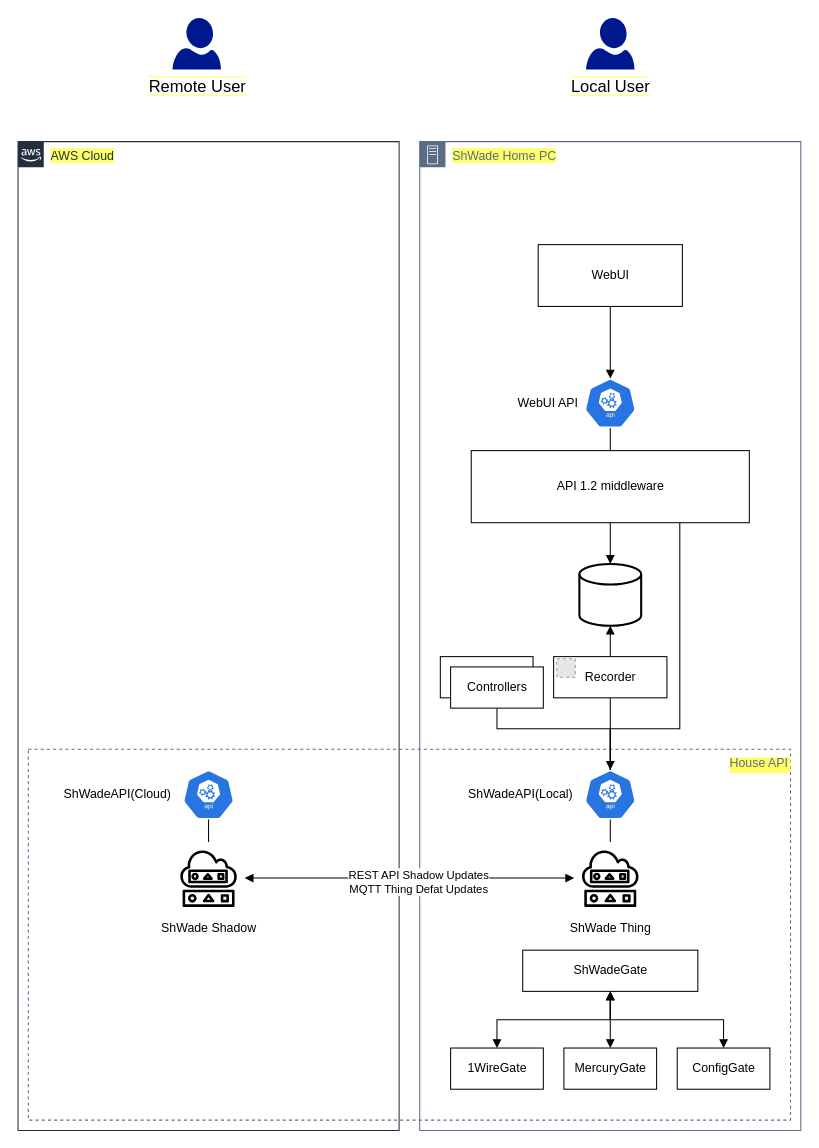
Above: page "Page-2" (2 of 2) of doc/Untitled Diagram.drawio in Shden/Shden (draw.io), before the change. Source tidied: cells renumbered, new cells numbered last; positions are measured from the earlier drawing's top-left corner, leaving out a move shared by most shapes. Both pictures are drawn from the tidied source at 103%, with x=0, y=0 at pixel (18, 18). Pictures stored in the file or linked from it are replaced by grey dashed boxes.
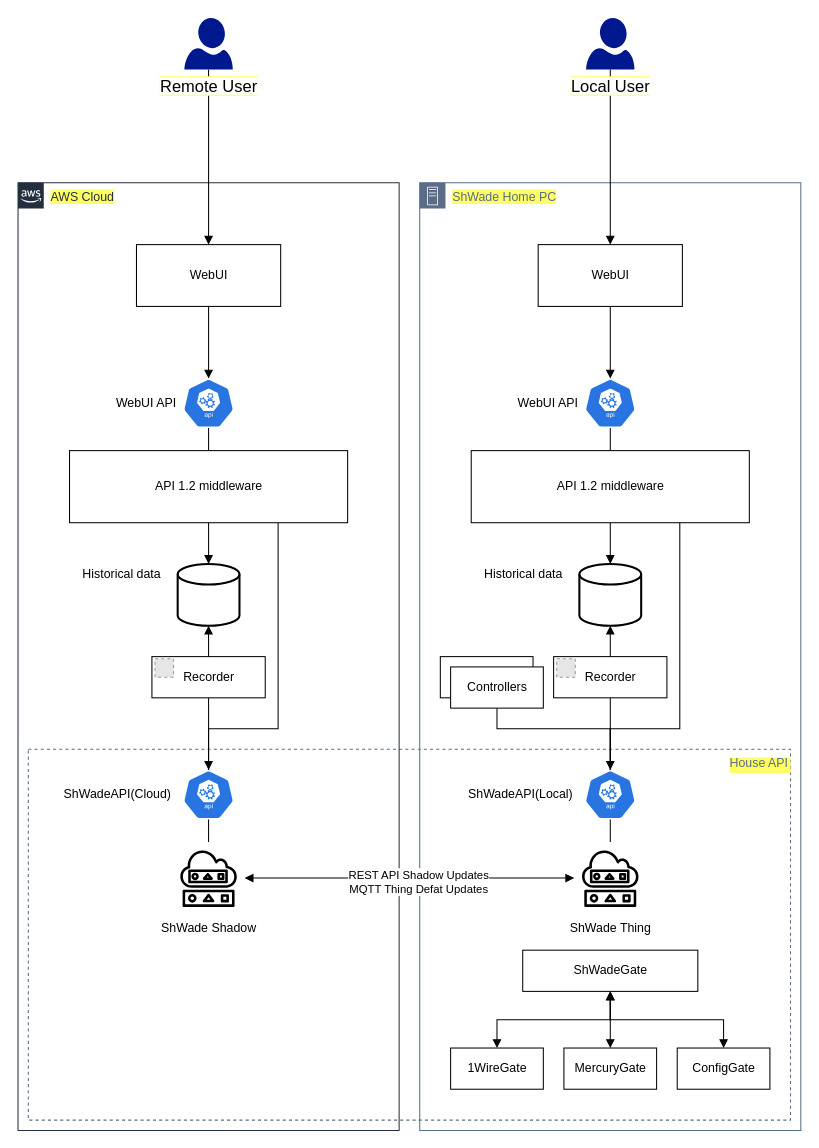
The same diagram, later.

Commit message:
architecture vision as of now

Unchanged cells that the change refers to:
```xml
<mxCell id="37" value="WebUI" style="html=1;align=center;" parent="1" vertex="1">
  <mxGeometry x="505" y="220" width="140" height="60" as="geometry" />
</mxCell>
<mxCell id="38" value="&lt;span style=&quot;background-color: rgb(255 , 255 , 255)&quot;&gt;Local User&lt;/span&gt;" style="shadow=0;dashed=0;html=1;strokeColor=none;labelPosition=center;verticalLabelPosition=bottom;verticalAlign=top;align=center;fillColor=#00188D;shape=mxgraph.azure.user;labelBackgroundColor=#FFFF66;fontSize=16;" parent="1" vertex="1">
  <mxGeometry x="551.5" width="47" height="50" as="geometry" />
</mxCell>
```

Change to the diagram source:
```diff
@@
     <mxCell id="3" value="ShWade Home PC" style="gradientColor=none;html=1;whiteSpace=wrap;fontSize=12;fontStyle=0;shape=mxgraph.aws4.group;grIcon=mxgraph.aws4.group_on_premise;strokeColor=#5A6C86;fillColor=none;verticalAlign=top;align=left;spacingLeft=30;fontColor=#5A6C86;dashed=0;labelBackgroundColor=#FFFF66;" parent="1" vertex="1">
-      <mxGeometry x="390" y="120" width="370" height="960" as="geometry" />
+      <mxGeometry x="390" y="160" width="370" height="920" as="geometry" />
     </mxCell>
     <mxCell id="4" value="AWS Cloud" style="gradientColor=none;html=1;whiteSpace=wrap;fontSize=12;fontStyle=0;shape=mxgraph.aws4.group;grIcon=mxgraph.aws4.group_aws_cloud_alt;strokeColor=#232F3E;fillColor=none;verticalAlign=top;align=left;spacingLeft=30;fontColor=#232F3E;dashed=0;labelBackgroundColor=#FFFF66;" parent="1" vertex="1">
-      <mxGeometry y="120" width="370" height="960" as="geometry" />
+      <mxGeometry y="160" width="370" height="920" as="geometry" />
     </mxCell>
@@
+    <mxCell id="40" style="edgeStyle=orthogonalEdgeStyle;rounded=0;jettySize=auto;html=1;entryX=0.5;entryY=0;entryDx=0;entryDy=0;startArrow=none;startFill=0;endArrow=block;endFill=1;fontSize=16;" parent="1" edge="1" source="38" target="37">
+      <mxGeometry relative="1" as="geometry" />
+    </mxCell>
@@
+    <mxCell id="41" style="edgeStyle=orthogonalEdgeStyle;rounded=0;jettySize=auto;html=1;entryX=0.5;entryY=0;entryDx=0;entryDy=0;startArrow=none;startFill=0;endArrow=block;endFill=1;fontSize=16;" parent="1" edge="1" source="39" target="55">
+      <mxGeometry relative="1" as="geometry" />
+    </mxCell>
     <mxCell id="39" value="&lt;span style=&quot;background-color: rgb(255 , 255 , 255)&quot;&gt;Remote User&lt;/span&gt;" style="shadow=0;dashed=0;html=1;strokeColor=none;labelPosition=center;verticalLabelPosition=bottom;verticalAlign=top;align=center;fillColor=#00188D;shape=mxgraph.azure.user;labelBackgroundColor=#FFFF66;fontSize=16;" parent="1" vertex="1">
-      <mxGeometry x="150" width="47" height="50" as="geometry" />
+      <mxGeometry x="161.5" width="47" height="50" as="geometry" />
     </mxCell>
+    <mxCell id="42" value="Historical data" style="text;html=1;align=right;verticalAlign=middle;" parent="1" vertex="1">
+      <mxGeometry x="440" y="530" width="90" height="20" as="geometry" />
+    </mxCell>
+    <mxCell id="43" style="edgeStyle=orthogonalEdgeStyle;rounded=0;jettySize=auto;html=1;startArrow=none;startFill=0;endArrow=block;endFill=1;fontSize=16;entryX=0.5;entryY=0;entryDx=0;entryDy=0;entryPerimeter=0;" parent="1" edge="1" source="44">
+      <mxGeometry relative="1" as="geometry">
+        <mxPoint x="185" y="730" as="targetPoint" />
+      </mxGeometry>
+    </mxCell>
+    <mxCell id="44" value="Recorder" style="html=1;align=center;" parent="1" vertex="1">
+      <mxGeometry x="130" y="620" width="110" height="40" as="geometry" />
+    </mxCell>
+    <mxCell id="45" style="fillColor=#E6E6E6;strokeColor=#999999;dashed=1;html=1;verticalAlign=top;verticalLabelPosition=bottom;labelBackgroundColor=#ffffff;fontSize=16;align=right;" parent="1" vertex="1">
+      <mxGeometry x="133" y="622" width="18" height="18" as="geometry" />
+    </mxCell>
+    <mxCell id="46" style="edgeStyle=orthogonalEdgeStyle;rounded=0;jettySize=auto;html=1;entryX=0.5;entryY=0;entryDx=0;entryDy=0;startArrow=block;startFill=1;endArrow=none;endFill=0;fontSize=16;" parent="1" edge="1" source="47" target="44">
+      <mxGeometry relative="1" as="geometry" />
+    </mxCell>
+    <mxCell id="47" style="strokeWidth=2;html=1;shape=mxgraph.flowchart.database;whiteSpace=wrap;labelBackgroundColor=#FFFF66;fontSize=16;align=right;" parent="1" vertex="1">
+      <mxGeometry x="155" y="530" width="60" height="60" as="geometry" />
+    </mxCell>
+    <mxCell id="48" style="edgeStyle=orthogonalEdgeStyle;rounded=0;jettySize=auto;html=1;exitX=0.5;exitY=1;exitDx=0;exitDy=0;exitPerimeter=0;entryX=0.5;entryY=0;entryDx=0;entryDy=0;startArrow=none;startFill=0;endArrow=none;endFill=0;fontSize=16;" parent="1" edge="1" source="49" target="53">
+      <mxGeometry relative="1" as="geometry" />
+    </mxCell>
+    <mxCell id="49" style="html=1;dashed=0;whitespace=wrap;fillColor=#2875E2;strokeColor=#ffffff;points=[[0.005,0.63,0],[0.1,0.2,0],[0.9,0.2,0],[0.5,0,0],[0.995,0.63,0],[0.72,0.99,0],[0.5,1,0],[0.28,0.99,0]];shape=mxgraph.kubernetes.icon;prIcon=api;align=right;" parent="1" vertex="1">
+      <mxGeometry x="160" y="350" width="50" height="48" as="geometry" />
+    </mxCell>
+    <mxCell id="50" value="WebUI API" style="text;html=1;align=right;verticalAlign=middle;" parent="1" vertex="1">
+      <mxGeometry x="85" y="364" width="70" height="20" as="geometry" />
+    </mxCell>
+    <mxCell id="51" style="edgeStyle=orthogonalEdgeStyle;rounded=0;jettySize=auto;html=1;exitX=0.5;exitY=1;exitDx=0;exitDy=0;startArrow=none;startFill=0;endArrow=block;endFill=1;fontSize=16;" parent="1" edge="1" source="53" target="47">
+      <mxGeometry relative="1" as="geometry" />
+    </mxCell>
+    <mxCell id="52" style="edgeStyle=orthogonalEdgeStyle;rounded=0;jettySize=auto;html=1;exitX=0.75;exitY=1;exitDx=0;exitDy=0;entryX=0.5;entryY=0;entryDx=0;entryDy=0;entryPerimeter=0;startArrow=none;startFill=0;endArrow=none;endFill=0;fontSize=16;" parent="1" edge="1" source="53">
+      <mxGeometry relative="1" as="geometry">
+        <mxPoint x="185" y="730" as="targetPoint" />
+        <Array as="points">
+          <mxPoint x="252" y="690" />
+          <mxPoint x="185" y="690" />
+        </Array>
+      </mxGeometry>
+    </mxCell>
+    <mxCell id="53" value="API 1.2 middleware" style="html=1;align=center;" parent="1" vertex="1">
+      <mxGeometry x="50" y="420" width="270" height="70" as="geometry" />
+    </mxCell>
+    <mxCell id="54" style="edgeStyle=orthogonalEdgeStyle;rounded=0;jettySize=auto;html=1;entryX=0.5;entryY=0;entryDx=0;entryDy=0;entryPerimeter=0;startArrow=none;startFill=0;endArrow=block;endFill=1;fontSize=16;" parent="1" edge="1" source="55" target="49">
+      <mxGeometry relative="1" as="geometry" />
+    </mxCell>
+    <mxCell id="55" value="WebUI" style="html=1;align=center;" parent="1" vertex="1">
+      <mxGeometry x="115" y="220" width="140" height="60" as="geometry" />
+    </mxCell>
+    <mxCell id="56" value="Historical data" style="text;html=1;align=right;verticalAlign=middle;" parent="1" vertex="1">
+      <mxGeometry x="50" y="530" width="90" height="20" as="geometry" />
+    </mxCell>
```
